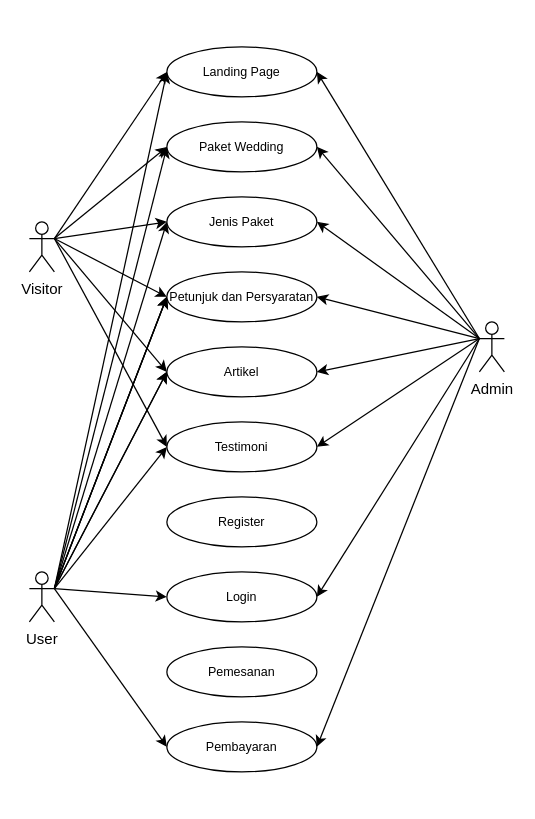
The draw.io diagram Use Case Keseluruhan.drawio in wepro-v/asset, before the edit. Source tidied: cells renumbered, new cells numbered last; positions are measured from the earlier drawing's top-left corner, leaving out a move shared by most shapes. Both pictures are drawn from the tidied source at 125%, with x=0, y=0 at pixel (29, 46).
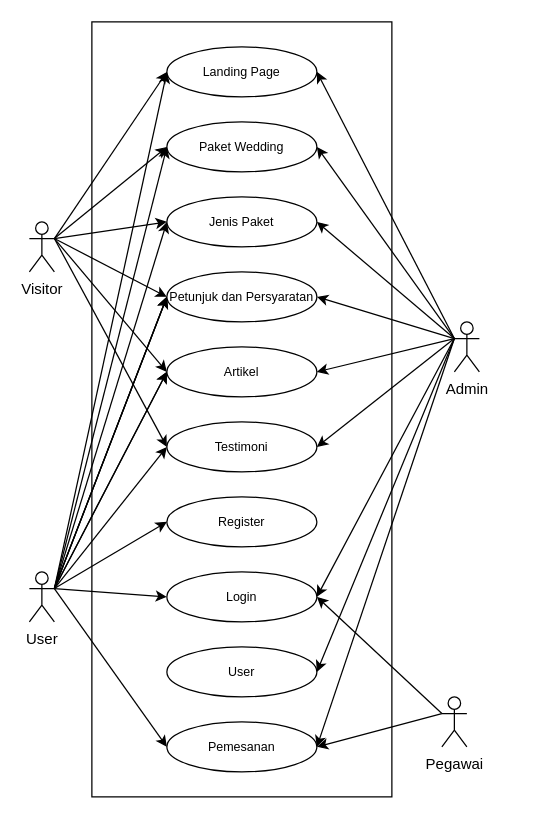
After the change.

The change refers to these unchanged cells:
```xml
<mxCell id="2" value="User" style="shape=umlActor;verticalLabelPosition=bottom;verticalAlign=top;html=1;" parent="1" vertex="1">
  <mxGeometry y="420" width="20" height="40" as="geometry" />
</mxCell>
<mxCell id="6" value="&lt;font style=&quot;font-size: 10px;&quot;&gt;Login&lt;/font&gt;" style="ellipse;whiteSpace=wrap;html=1;" parent="1" vertex="1">
  <mxGeometry x="110" y="420" width="120" height="40" as="geometry" />
</mxCell>
<mxCell id="9" value="&lt;font style=&quot;font-size: 10px;&quot;&gt;Register&lt;/font&gt;" style="ellipse;whiteSpace=wrap;html=1;" parent="1" vertex="1">
  <mxGeometry x="110" y="360" width="120" height="40" as="geometry" />
</mxCell>
```

Diff of the diagram source:
```diff
@@
+    <mxCell id="40" style="rounded=0;whiteSpace=wrap;html=1;" parent="1" vertex="1">
+      <mxGeometry x="50" y="-20" width="240" height="620" as="geometry" />
+    </mxCell>
@@
-    <mxCell id="18" value="&lt;font style=&quot;font-size: 10px;&quot;&gt;Pembayaran&lt;/font&gt;" style="ellipse;whiteSpace=wrap;html=1;" parent="1" vertex="1">
+    <mxCell id="18" value="&lt;font style=&quot;font-size: 10px;&quot;&gt;Pemesanan&lt;/font&gt;" style="ellipse;whiteSpace=wrap;html=1;" parent="1" vertex="1">
       <mxGeometry x="110" y="540" width="120" height="40" as="geometry" />
     </mxCell>
     <mxCell id="19" value="Admin" style="shape=umlActor;verticalLabelPosition=bottom;verticalAlign=top;html=1;" parent="1" vertex="1">
-      <mxGeometry x="360" y="220" width="20" height="40" as="geometry" />
+      <mxGeometry x="340" y="220" width="20" height="40" as="geometry" />
     </mxCell>
@@
-    <mxCell id="39" value="&lt;font style=&quot;font-size: 10px;&quot;&gt;Pemesanan&lt;/font&gt;" style="ellipse;whiteSpace=wrap;html=1;" parent="1" vertex="1">
+    <mxCell id="39" value="&lt;font style=&quot;font-size: 10px;&quot;&gt;User&lt;/font&gt;" style="ellipse;whiteSpace=wrap;html=1;" parent="1" vertex="1">
       <mxGeometry x="110" y="480" width="120" height="40" as="geometry" />
     </mxCell>
+    <mxCell id="41" style="endArrow=classic;html=1;rounded=0;exitX=1;exitY=0.3333333333333333;exitDx=0;exitDy=0;exitPerimeter=0;entryX=0;entryY=0.5;entryDx=0;entryDy=0;" parent="1" edge="1" source="2" target="9">
+      <mxGeometry relative="1" as="geometry" />
+    </mxCell>
+    <mxCell id="42" style="endArrow=classic;html=1;rounded=0;entryX=1;entryY=0.5;entryDx=0;entryDy=0;exitX=0;exitY=0.3333333333333333;exitDx=0;exitDy=0;exitPerimeter=0;" parent="1" edge="1" source="19" target="39">
+      <mxGeometry relative="1" as="geometry" />
+    </mxCell>
+    <mxCell id="43" value="Pegawai" style="shape=umlActor;verticalLabelPosition=bottom;verticalAlign=top;html=1;" parent="1" vertex="1">
+      <mxGeometry x="330" y="520" width="20" height="40" as="geometry" />
+    </mxCell>
+    <mxCell id="44" style="endArrow=classic;html=1;rounded=0;exitX=0;exitY=0.3333333333333333;exitDx=0;exitDy=0;exitPerimeter=0;" parent="1" edge="1" source="43">
+      <mxGeometry relative="1" as="geometry">
+        <mxPoint x="230" y="560" as="targetPoint" />
+      </mxGeometry>
+    </mxCell>
+    <mxCell id="45" style="endArrow=classic;html=1;rounded=0;exitX=0;exitY=0.3333333333333333;exitDx=0;exitDy=0;exitPerimeter=0;entryX=1;entryY=0.5;entryDx=0;entryDy=0;" parent="1" edge="1" source="43" target="6">
+      <mxGeometry relative="1" as="geometry" />
+    </mxCell>
```
